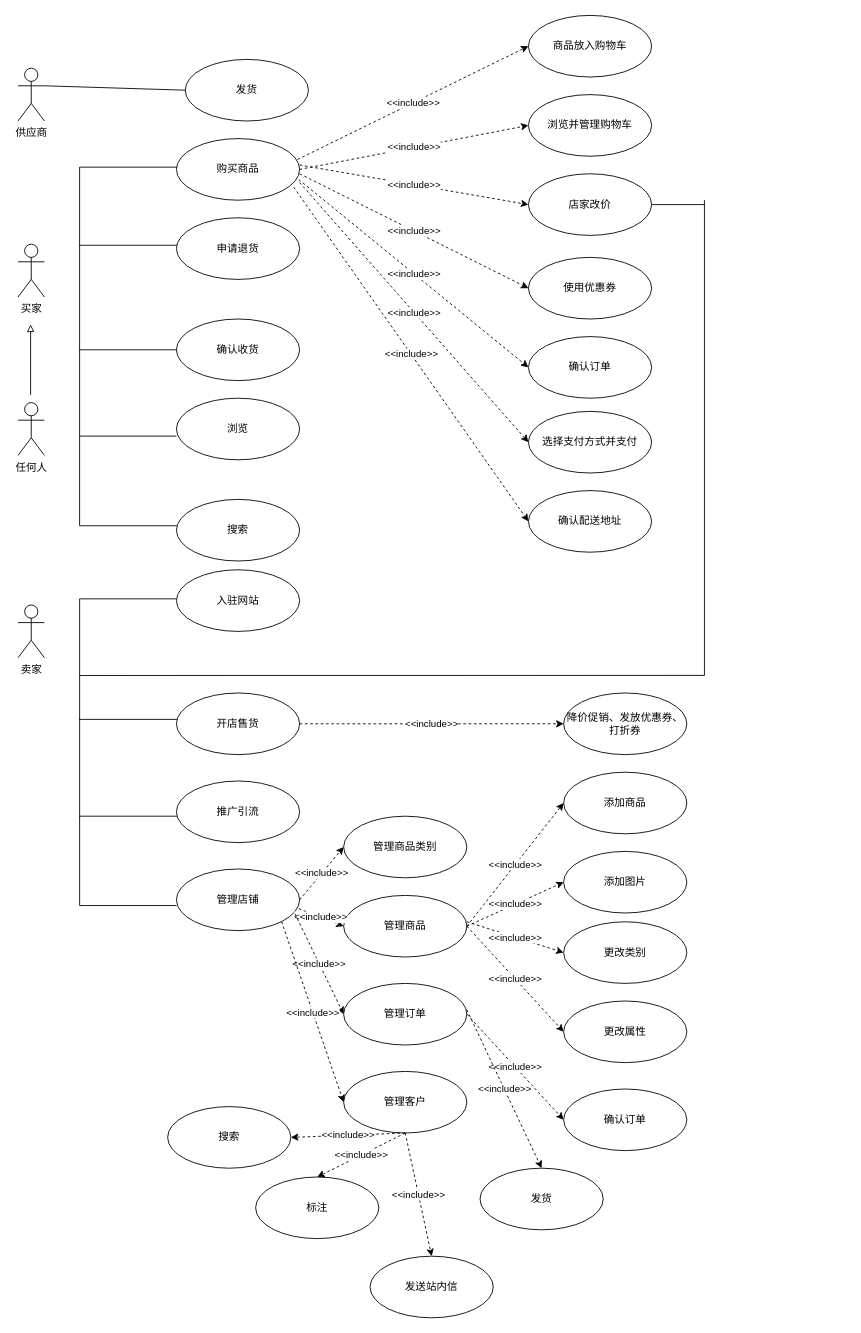
RogerQianPeng/Roger-s keeps this draw.io diagram as UMLA.drawio. Above is the earlier version. Source tidied: cells renumbered, new cells numbered last; positions are measured from the earlier drawing's top-left corner, leaving out a move shared by most shapes. Both pictures are drawn from the tidied source at 88%, with x=0, y=0 at pixel (-52, 15).
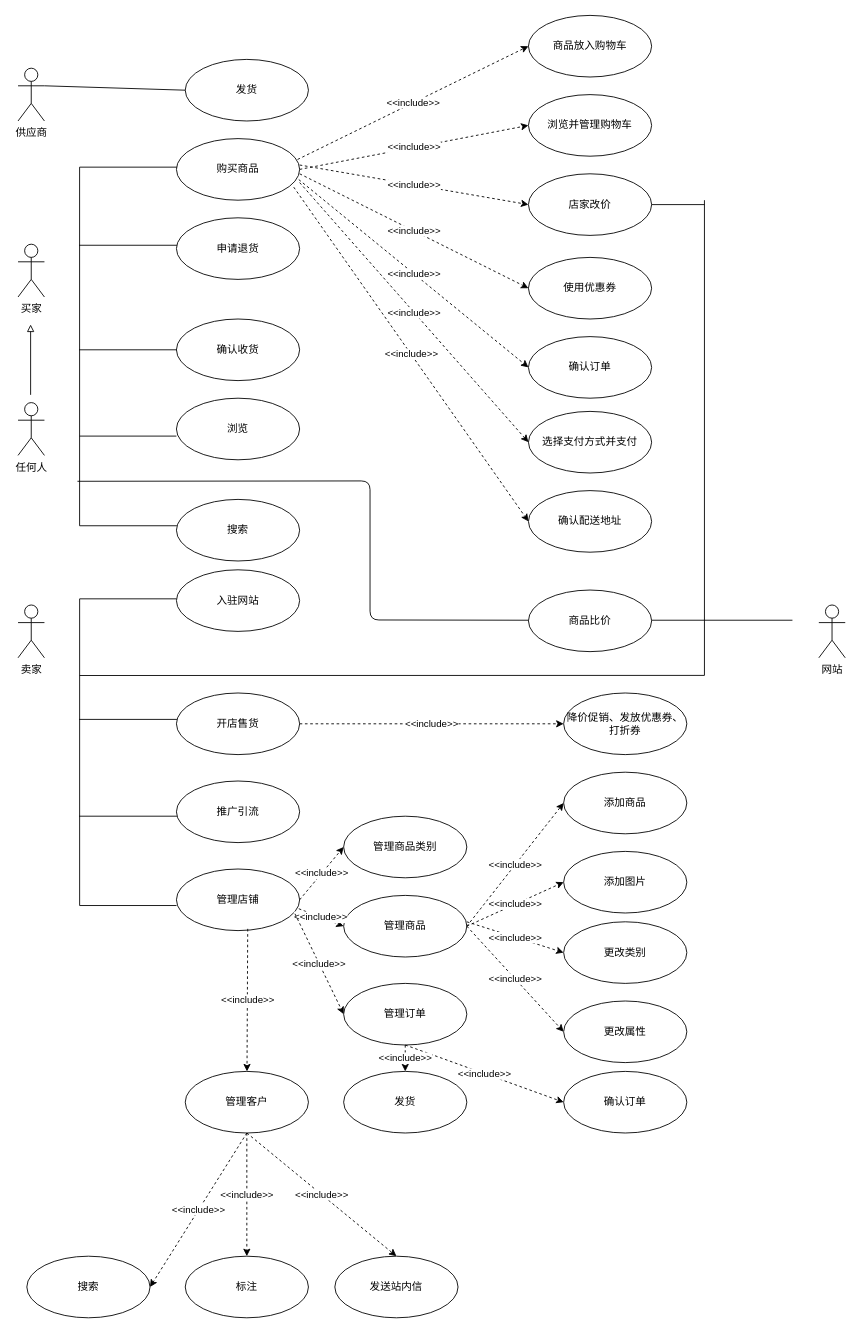
After the change.

Unchanged cells that the change refers to:
```xml
<mxCell id="24" value="管理店铺" style="ellipse;whiteSpace=wrap;html=1;" parent="1" vertex="1">
  <mxGeometry x="259" y="970" width="140" height="70" as="geometry" />
</mxCell>
<mxCell id="27" value="管理订单" style="ellipse;whiteSpace=wrap;html=1;" parent="1" vertex="1">
  <mxGeometry x="449" y="1100" width="140" height="70" as="geometry" />
</mxCell>
<mxCell id="39" style="shape=partialRectangle;whiteSpace=wrap;html=1;bottom=1;right=1;left=1;top=0;fillColor=none;routingCenterX=-0.5;rotation=90;" parent="1" vertex="1">
  <mxGeometry x="0.2" y="321.2" width="407.5" height="110" as="geometry" />
</mxCell>
```

Change to the diagram source:
```diff
@@
+    <mxCell id="68" style="endArrow=none;html=1;exitX=1;exitY=0.3333333333333333;exitDx=0;exitDy=0;exitPerimeter=0;" parent="1" edge="1">
+      <mxGeometry relative="1" as="geometry">
+        <mxPoint x="799" y="687.3" as="sourcePoint" />
+        <mxPoint x="959" y="687.3" as="targetPoint" />
+      </mxGeometry>
+    </mxCell>
@@
     <mxCell id="28" value="管理客户" style="ellipse;whiteSpace=wrap;html=1;" parent="1" vertex="1">
-      <mxGeometry x="449" y="1200" width="140" height="70" as="geometry" />
+      <mxGeometry x="269" y="1200" width="140" height="70" as="geometry" />
     </mxCell>
@@
     <mxCell id="33" value="确认订单" style="ellipse;whiteSpace=wrap;html=1;" parent="1" vertex="1">
-      <mxGeometry x="699" y="1220" width="140" height="70" as="geometry" />
+      <mxGeometry x="699" y="1200" width="140" height="70" as="geometry" />
     </mxCell>
     <mxCell id="34" value="发货" style="ellipse;whiteSpace=wrap;html=1;" parent="1" vertex="1">
-      <mxGeometry x="604" y="1310" width="140" height="70" as="geometry" />
+      <mxGeometry x="449" y="1200" width="140" height="70" as="geometry" />
     </mxCell>
     <mxCell id="35" value="搜索" style="ellipse;whiteSpace=wrap;html=1;" parent="1" vertex="1">
-      <mxGeometry x="249" y="1240" width="140" height="70" as="geometry" />
+      <mxGeometry x="89" y="1410" width="140" height="70" as="geometry" />
     </mxCell>
     <mxCell id="36" value="标注" style="ellipse;whiteSpace=wrap;html=1;" parent="1" vertex="1">
-      <mxGeometry x="349" y="1320" width="140" height="70" as="geometry" />
+      <mxGeometry x="269" y="1410" width="140" height="70" as="geometry" />
     </mxCell>
     <mxCell id="37" value="发送站内信" style="ellipse;whiteSpace=wrap;html=1;" parent="1" vertex="1">
-      <mxGeometry x="479" y="1410" width="140" height="70" as="geometry" />
+      <mxGeometry x="439" y="1410" width="140" height="70" as="geometry" />
     </mxCell>
@@
-    <mxCell id="54" value="&amp;lt;&amp;lt;include&amp;gt;&amp;gt;" style="endArrow=classic;html=1;dashed=1;entryX=0;entryY=0.5;entryDx=0;entryDy=0;exitX=1;exitY=1;exitDx=0;exitDy=0;" parent="1" edge="1" source="24" target="28">
-      <mxGeometry relative="1" as="geometry" />
+    <mxCell id="54" value="&amp;lt;&amp;lt;include&amp;gt;&amp;gt;" style="endArrow=classic;html=1;dashed=1;" parent="1" edge="1" target="28">
+      <mxGeometry relative="1" as="geometry">
+        <mxPoint x="340" y="1038" as="sourcePoint" />
+      </mxGeometry>
     </mxCell>
@@
-    <mxCell id="60" value="&amp;lt;&amp;lt;include&amp;gt;&amp;gt;" style="endArrow=classic;html=1;dashed=1;entryX=0;entryY=0.5;entryDx=0;entryDy=0;exitX=1;exitY=0.5;exitDx=0;exitDy=0;" parent="1" edge="1" source="27" target="33">
+    <mxCell id="60" value="&amp;lt;&amp;lt;include&amp;gt;&amp;gt;" style="endArrow=classic;html=1;dashed=1;entryX=0;entryY=0.5;entryDx=0;entryDy=0;exitX=0.5;exitY=1;exitDx=0;exitDy=0;" parent="1" edge="1" source="27" target="33">
       <mxGeometry relative="1" as="geometry" />
     </mxCell>
-    <mxCell id="61" value="&amp;lt;&amp;lt;include&amp;gt;&amp;gt;" style="endArrow=classic;html=1;dashed=1;entryX=0.5;entryY=0;entryDx=0;entryDy=0;" parent="1" edge="1" target="34">
-      <mxGeometry relative="1" as="geometry">
-        <mxPoint x="589" y="1130" as="sourcePoint" />
-      </mxGeometry>
+    <mxCell id="61" value="&amp;lt;&amp;lt;include&amp;gt;&amp;gt;" style="endArrow=classic;html=1;dashed=1;entryX=0.5;entryY=0;entryDx=0;entryDy=0;exitX=0.5;exitY=1;exitDx=0;exitDy=0;" parent="1" edge="1" source="27" target="34">
+      <mxGeometry relative="1" as="geometry" />
     </mxCell>
-    <mxCell id="62" value="&amp;lt;&amp;lt;include&amp;gt;&amp;gt;" style="endArrow=classic;html=1;dashed=1;entryX=0.5;entryY=0;entryDx=0;entryDy=0;" parent="1" edge="1" target="36">
-      <mxGeometry relative="1" as="geometry">
-        <mxPoint x="519" y="1270" as="sourcePoint" />
-      </mxGeometry>
+    <mxCell id="62" value="&amp;lt;&amp;lt;include&amp;gt;&amp;gt;" style="endArrow=classic;html=1;dashed=1;entryX=0.5;entryY=0;entryDx=0;entryDy=0;exitX=0.5;exitY=1;exitDx=0;exitDy=0;" parent="1" edge="1" source="28" target="36">
+      <mxGeometry relative="1" as="geometry" />
     </mxCell>
-    <mxCell id="63" value="&amp;lt;&amp;lt;include&amp;gt;&amp;gt;" style="endArrow=classic;html=1;dashed=1;entryX=1;entryY=0.5;entryDx=0;entryDy=0;" parent="1" edge="1" target="35">
-      <mxGeometry relative="1" as="geometry">
-        <mxPoint x="519" y="1270" as="sourcePoint" />
-      </mxGeometry>
+    <mxCell id="63" value="&amp;lt;&amp;lt;include&amp;gt;&amp;gt;" style="endArrow=classic;html=1;dashed=1;entryX=1;entryY=0.5;entryDx=0;entryDy=0;exitX=0.5;exitY=1;exitDx=0;exitDy=0;" parent="1" edge="1" source="28" target="35">
+      <mxGeometry relative="1" as="geometry" />
     </mxCell>
@@
+    <mxCell id="69" value="网站" style="shape=umlActor;verticalLabelPosition=bottom;verticalAlign=top;html=1;" parent="1" vertex="1">
+      <mxGeometry x="989" y="670" width="30" height="60" as="geometry" />
+    </mxCell>
+    <mxCell id="70" value="商品比价" style="ellipse;whiteSpace=wrap;html=1;" parent="1" vertex="1">
+      <mxGeometry x="659" y="653" width="140" height="70" as="geometry" />
+    </mxCell>
+    <mxCell id="71" style="endArrow=none;html=1;exitX=0.876;exitY=1.022;exitDx=0;exitDy=0;exitPerimeter=0;" parent="1" edge="1" source="39">
+      <mxGeometry relative="1" as="geometry">
+        <mxPoint x="659" y="687.3" as="targetPoint" />
+        <Array as="points">
+          <mxPoint x="479" y="529" />
+          <mxPoint x="479" y="687" />
+        </Array>
+      </mxGeometry>
+    </mxCell>
```
